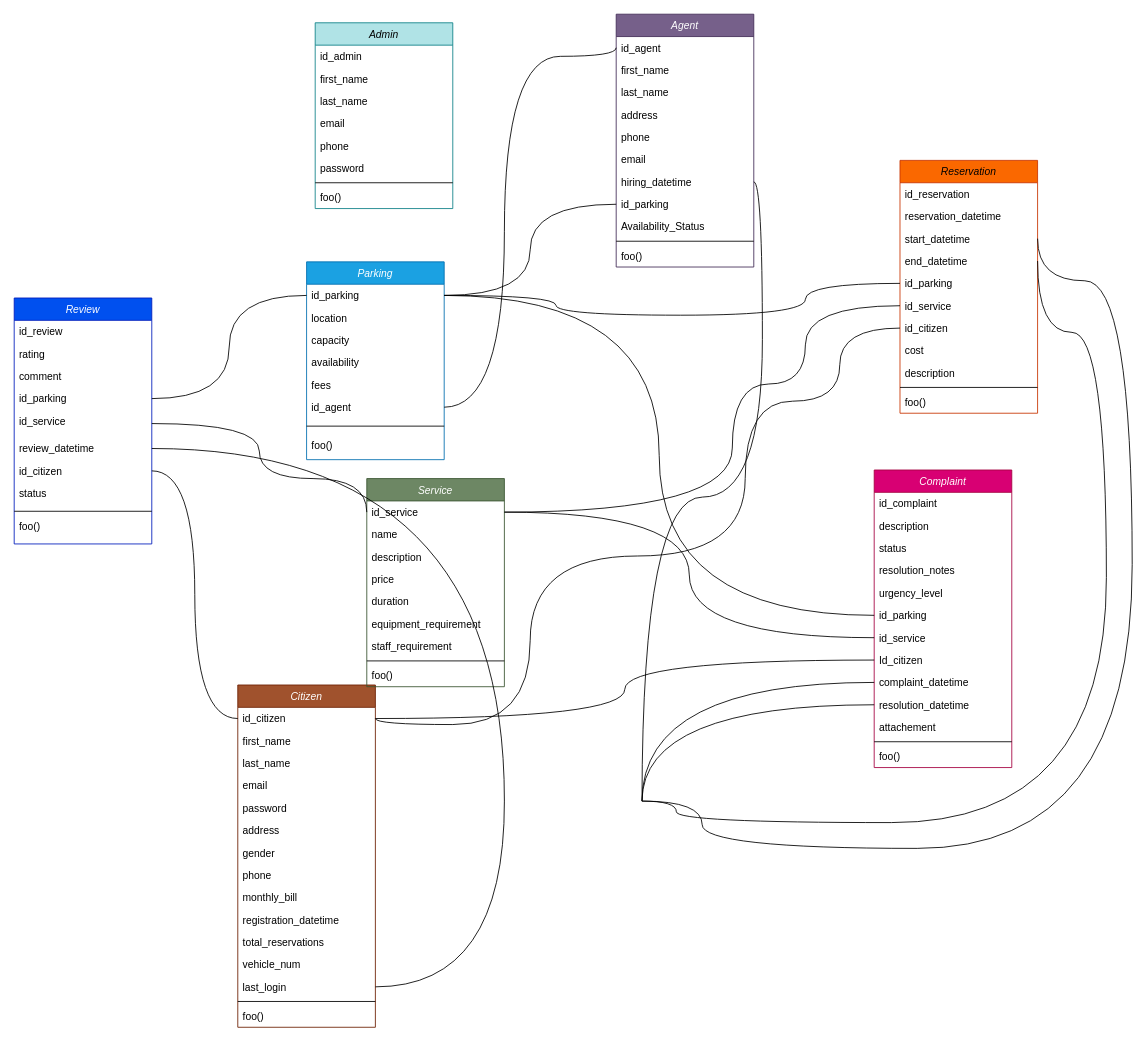
anomaly1095/parky keeps this draw.io diagram as docs/DB_diagram.drawio. Above is the earlier version. Source tidied: cells renumbered, new cells numbered last; positions are measured from the earlier drawing's top-left corner, leaving out a move shared by most shapes. Both pictures are drawn from the tidied source at 86%, with x=0, y=0 at pixel (14, 14).
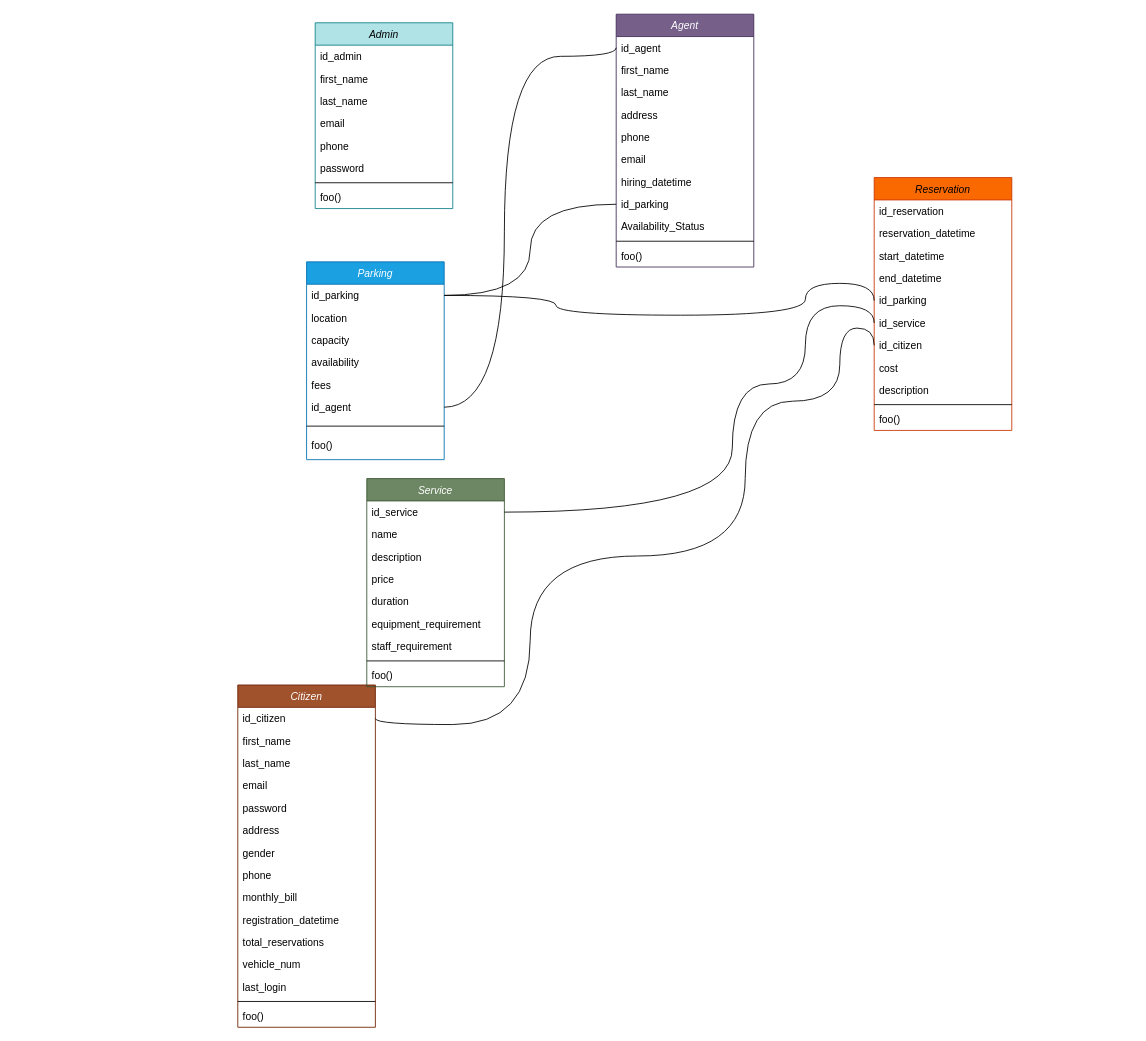
The same diagram, later.

The change refers to these unchanged cells:
```xml
<mxCell id="29" value="id_citizen" style="text;align=left;verticalAlign=top;spacingLeft=4;spacingRight=4;overflow=hidden;points=[[0,0.5],[1,0.5]];portConstraint=eastwest;" parent="28" vertex="1">
  <mxGeometry y="26" width="160" height="26" as="geometry" />
</mxCell>
<mxCell id="41" value="last_login" style="text;align=left;verticalAlign=top;spacingLeft=4;spacingRight=4;overflow=hidden;points=[[0,0.5],[1,0.5]];portConstraint=eastwest;rounded=0;shadow=0;html=0;" parent="28" vertex="1">
  <mxGeometry y="338" width="160" height="26" as="geometry" />
</mxCell>
<mxCell id="51" value="hiring_datetime" style="text;align=left;verticalAlign=top;spacingLeft=4;spacingRight=4;overflow=hidden;points=[[0,0.5],[1,0.5]];portConstraint=eastwest;" parent="44" vertex="1">
  <mxGeometry y="182" width="160" height="26" as="geometry" />
</mxCell>
<mxCell id="66" value="id_service" style="text;align=left;verticalAlign=top;spacingLeft=4;spacingRight=4;overflow=hidden;points=[[0,0.5],[1,0.5]];portConstraint=eastwest;" parent="65" vertex="1">
  <mxGeometry y="26" width="160" height="26" as="geometry" />
</mxCell>
<mxCell id="76" value="id_parking" style="text;align=left;verticalAlign=top;spacingLeft=4;spacingRight=4;overflow=hidden;points=[[0,0.5],[1,0.5]];portConstraint=eastwest;" parent="75" vertex="1">
  <mxGeometry y="26" width="160" height="26" as="geometry" />
</mxCell>
<mxCell id="87" value="start_datetime" style="text;align=left;verticalAlign=top;spacingLeft=4;spacingRight=4;overflow=hidden;points=[[0,0.5],[1,0.5]];portConstraint=eastwest;" parent="84" vertex="1">
  <mxGeometry y="78" width="160" height="26" as="geometry" />
</mxCell>
<mxCell id="88" value="end_datetime" style="text;align=left;verticalAlign=top;spacingLeft=4;spacingRight=4;overflow=hidden;points=[[0,0.5],[1,0.5]];portConstraint=eastwest;" parent="84" vertex="1">
  <mxGeometry y="104" width="160" height="26" as="geometry" />
</mxCell>
```

Diff of the diagram source:
```diff
@@
-    <mxCell id="2" value="Review" style="swimlane;fontStyle=2;align=center;verticalAlign=top;horizontal=1;startSize=26;rounded=0;shadow=0;strokeWidth=1;fillColor=#0050ef;strokeColor=#001DBC;fontColor=#ffffff;" parent="1" vertex="1">
-      <mxGeometry y="330" width="160" height="286" as="geometry" />
-    </mxCell>
-    <mxCell id="3" value="id_review" style="text;align=left;verticalAlign=top;spacingLeft=4;spacingRight=4;overflow=hidden;" parent="2" vertex="1">
-      <mxGeometry y="26" width="160" height="26" as="geometry" />
-    </mxCell>
-    <mxCell id="4" value="rating" style="text;align=left;verticalAlign=top;spacingLeft=4;spacingRight=4;overflow=hidden;rounded=0;shadow=0;html=0;" parent="2" vertex="1">
-      <mxGeometry y="52" width="160" height="26" as="geometry" />
-    </mxCell>
-    <mxCell id="5" value="comment" style="text;align=left;verticalAlign=top;spacingLeft=4;spacingRight=4;overflow=hidden;rounded=0;shadow=0;html=0;" parent="2" vertex="1">
-      <mxGeometry y="78" width="160" height="26" as="geometry" />
-    </mxCell>
-    <mxCell id="6" value="id_parking" style="text;align=left;verticalAlign=top;spacingLeft=4;spacingRight=4;overflow=hidden;points=[[0,0.5],[1,0.5]];portConstraint=eastwest;rounded=0;shadow=0;html=0;" parent="2" vertex="1">
-      <mxGeometry y="104" width="160" height="26" as="geometry" />
-    </mxCell>
-    <mxCell id="7" value="id_service" style="text;align=left;verticalAlign=top;spacingLeft=4;spacingRight=4;overflow=hidden;points=[[0,0.5],[1,0.5]];portConstraint=eastwest;rounded=0;shadow=0;html=0;" parent="2" vertex="1">
-      <mxGeometry y="130" width="160" height="32" as="geometry" />
-    </mxCell>
-    <mxCell id="8" value="review_datetime" style="text;align=left;verticalAlign=top;spacingLeft=4;spacingRight=4;overflow=hidden;points=[[0,0.5],[1,0.5]];portConstraint=eastwest;rounded=0;shadow=0;html=0;" parent="2" vertex="1">
-      <mxGeometry y="162" width="160" height="26" as="geometry" />
-    </mxCell>
-    <mxCell id="9" value="id_citizen" style="text;align=left;verticalAlign=top;spacingLeft=4;spacingRight=4;overflow=hidden;points=[[0,0.5],[1,0.5]];portConstraint=eastwest;rounded=0;shadow=0;html=0;" parent="2" vertex="1">
-      <mxGeometry y="188" width="160" height="26" as="geometry" />
-    </mxCell>
-    <mxCell id="10" value="status" style="text;align=left;verticalAlign=top;spacingLeft=4;spacingRight=4;overflow=hidden;rounded=0;shadow=0;html=0;" parent="2" vertex="1">
-      <mxGeometry y="214" width="160" height="30" as="geometry" />
-    </mxCell>
-    <mxCell id="11" style="line;html=1;strokeWidth=1;align=left;verticalAlign=middle;spacingTop=-1;spacingLeft=3;spacingRight=3;labelPosition=right;" parent="2" vertex="1">
-      <mxGeometry y="244" width="160" height="8" as="geometry" />
-    </mxCell>
-    <mxCell id="12" value="foo()" style="text;align=left;verticalAlign=top;spacingLeft=4;spacingRight=4;overflow=hidden;" parent="2" vertex="1">
-      <mxGeometry y="252" width="160" height="34" as="geometry" />
-    </mxCell>
-    <mxCell id="13" value="Complaint" style="swimlane;fontStyle=2;align=center;verticalAlign=top;horizontal=1;startSize=26;rounded=0;shadow=0;strokeWidth=1;fillColor=#d80073;strokeColor=#A50040;fontColor=#ffffff;" parent="1" vertex="1">
-      <mxGeometry x="1000" y="530" width="160" height="346" as="geometry" />
-    </mxCell>
-    <mxCell id="14" value="id_complaint" style="text;align=left;verticalAlign=top;spacingLeft=4;spacingRight=4;overflow=hidden;" parent="13" vertex="1">
-      <mxGeometry y="26" width="160" height="26" as="geometry" />
-    </mxCell>
-    <mxCell id="15" value="description" style="text;align=left;verticalAlign=top;spacingLeft=4;spacingRight=4;overflow=hidden;rounded=0;shadow=0;html=0;" parent="13" vertex="1">
-      <mxGeometry y="52" width="160" height="26" as="geometry" />
-    </mxCell>
-    <mxCell id="16" value="status" style="text;align=left;verticalAlign=top;spacingLeft=4;spacingRight=4;overflow=hidden;rounded=0;shadow=0;html=0;" parent="13" vertex="1">
-      <mxGeometry y="78" width="160" height="26" as="geometry" />
-    </mxCell>
-    <mxCell id="17" value="resolution_notes" style="text;align=left;verticalAlign=top;spacingLeft=4;spacingRight=4;overflow=hidden;rounded=0;shadow=0;html=0;" parent="13" vertex="1">
-      <mxGeometry y="104" width="160" height="26" as="geometry" />
-    </mxCell>
-    <mxCell id="18" value="urgency_level" style="text;align=left;verticalAlign=top;spacingLeft=4;spacingRight=4;overflow=hidden;rounded=0;shadow=0;html=0;" parent="13" vertex="1">
-      <mxGeometry y="130" width="160" height="26" as="geometry" />
-    </mxCell>
-    <mxCell id="19" value="id_parking" style="text;align=left;verticalAlign=top;spacingLeft=4;spacingRight=4;overflow=hidden;points=[[0,0.5],[1,0.5]];portConstraint=eastwest;rounded=0;shadow=0;html=0;" parent="13" vertex="1">
-      <mxGeometry y="156" width="160" height="26" as="geometry" />
-    </mxCell>
-    <mxCell id="20" value="id_service" style="text;align=left;verticalAlign=top;spacingLeft=4;spacingRight=4;overflow=hidden;points=[[0,0.5],[1,0.5]];portConstraint=eastwest;rounded=0;shadow=0;html=0;" parent="13" vertex="1">
-      <mxGeometry y="182" width="160" height="26" as="geometry" />
-    </mxCell>
-    <mxCell id="21" value="Id_citizen" style="text;align=left;verticalAlign=top;spacingLeft=4;spacingRight=4;overflow=hidden;points=[[0,0.5],[1,0.5]];portConstraint=eastwest;rounded=0;shadow=0;html=0;" parent="13" vertex="1">
-      <mxGeometry y="208" width="160" height="26" as="geometry" />
-    </mxCell>
-    <mxCell id="22" value="complaint_datetime" style="text;align=left;verticalAlign=top;spacingLeft=4;spacingRight=4;overflow=hidden;points=[[0,0.5],[1,0.5]];portConstraint=eastwest;rounded=0;shadow=0;html=0;" parent="13" vertex="1">
-      <mxGeometry y="234" width="160" height="26" as="geometry" />
-    </mxCell>
-    <mxCell id="23" value="resolution_datetime" style="text;align=left;verticalAlign=top;spacingLeft=4;spacingRight=4;overflow=hidden;points=[[0,0.5],[1,0.5]];portConstraint=eastwest;rounded=0;shadow=0;html=0;" parent="13" vertex="1">
-      <mxGeometry y="260" width="160" height="26" as="geometry" />
-    </mxCell>
-    <mxCell id="24" value="attachement" style="text;align=left;verticalAlign=top;spacingLeft=4;spacingRight=4;overflow=hidden;rounded=0;shadow=0;html=0;" parent="13" vertex="1">
-      <mxGeometry y="286" width="160" height="26" as="geometry" />
-    </mxCell>
-    <mxCell id="25" style="line;html=1;strokeWidth=1;align=left;verticalAlign=middle;spacingTop=-1;spacingLeft=3;spacingRight=3;labelPosition=right;" parent="13" vertex="1">
-      <mxGeometry y="312" width="160" height="8" as="geometry" />
-    </mxCell>
-    <mxCell id="26" value="foo()" style="text;align=left;verticalAlign=top;spacingLeft=4;spacingRight=4;overflow=hidden;" parent="13" vertex="1">
-      <mxGeometry y="320" width="160" height="26" as="geometry" />
-    </mxCell>
@@
     <mxCell id="84" value="Reservation" style="swimlane;fontStyle=2;align=center;verticalAlign=top;horizontal=1;startSize=26;rounded=0;shadow=0;strokeWidth=1;fillColor=#fa6800;strokeColor=#C73500;fontColor=#000000;" parent="1" vertex="1">
-      <mxGeometry x="1030" y="170" width="160" height="294" as="geometry" />
+      <mxGeometry x="1000" y="190" width="160" height="294" as="geometry" />
     </mxCell>
@@
-    <mxCell id="96" style="endArrow=none;html=1;rounded=0;exitX=1;exitY=0.5;exitDx=0;exitDy=0;entryX=0;entryY=0.5;entryDx=0;entryDy=0;edgeStyle=orthogonalEdgeStyle;curved=1;" parent="1" edge="1" source="7" target="66">
-      <mxGeometry relative="1" as="geometry">
-        <Array as="points">
-          <mxPoint x="285" y="476" />
-          <mxPoint x="285" y="540" />
-          <mxPoint x="410" y="540" />
-        </Array>
-      </mxGeometry>
-    </mxCell>
-    <mxCell id="97" style="endArrow=none;html=1;rounded=0;exitX=1;exitY=0.5;exitDx=0;exitDy=0;entryX=0;entryY=0.5;entryDx=0;entryDy=0;edgeStyle=orthogonalEdgeStyle;curved=1;" parent="1" edge="1" source="41">
-      <mxGeometry relative="1" as="geometry">
-        <mxPoint x="570" y="915" as="targetPoint" />
-      </mxGeometry>
-    </mxCell>
-    <mxCell id="98" style="endArrow=none;html=1;rounded=0;exitX=0;exitY=0.5;exitDx=0;exitDy=0;entryX=1;entryY=0.5;entryDx=0;entryDy=0;edgeStyle=orthogonalEdgeStyle;curved=1;" parent="1" edge="1" source="22">
-      <mxGeometry relative="1" as="geometry">
-        <mxPoint x="730" y="915" as="targetPoint" />
-      </mxGeometry>
-    </mxCell>
-    <mxCell id="99" style="endArrow=none;html=1;rounded=0;exitX=0;exitY=0.5;exitDx=0;exitDy=0;entryX=1;entryY=0.5;entryDx=0;entryDy=0;edgeStyle=orthogonalEdgeStyle;curved=1;" parent="1" edge="1" source="23">
-      <mxGeometry relative="1" as="geometry">
-        <mxPoint x="730" y="915" as="targetPoint" />
-      </mxGeometry>
-    </mxCell>
-    <mxCell id="100" style="endArrow=none;html=1;rounded=0;exitX=1;exitY=0.5;exitDx=0;exitDy=0;entryX=0;entryY=0.5;entryDx=0;entryDy=0;edgeStyle=orthogonalEdgeStyle;curved=1;" parent="1" edge="1" source="29" target="21">
-      <mxGeometry relative="1" as="geometry" />
-    </mxCell>
-    <mxCell id="101" style="endArrow=none;html=1;rounded=0;exitX=1;exitY=0.5;exitDx=0;exitDy=0;entryX=0;entryY=0.5;entryDx=0;entryDy=0;edgeStyle=orthogonalEdgeStyle;curved=1;" parent="1" edge="1" source="66" target="20">
-      <mxGeometry relative="1" as="geometry" />
-    </mxCell>
-    <mxCell id="102" style="endArrow=none;html=1;rounded=0;exitX=1;exitY=0.5;exitDx=0;exitDy=0;entryX=0;entryY=0.5;entryDx=0;entryDy=0;edgeStyle=orthogonalEdgeStyle;curved=1;" parent="1" edge="1" source="76" target="19">
-      <mxGeometry relative="1" as="geometry" />
-    </mxCell>
-    <mxCell id="103" style="endArrow=none;html=1;rounded=0;exitX=1;exitY=0.5;exitDx=0;exitDy=0;entryX=0;entryY=0.5;entryDx=0;entryDy=0;edgeStyle=orthogonalEdgeStyle;curved=1;" parent="1" edge="1" source="8">
-      <mxGeometry relative="1" as="geometry">
-        <mxPoint x="570" y="915" as="targetPoint" />
-      </mxGeometry>
-    </mxCell>
-    <mxCell id="104" style="endArrow=none;html=1;rounded=0;exitX=1;exitY=0.5;exitDx=0;exitDy=0;edgeStyle=orthogonalEdgeStyle;curved=1;" parent="1" edge="1" source="6" target="76">
-      <mxGeometry relative="1" as="geometry" />
-    </mxCell>
-    <mxCell id="105" style="endArrow=none;html=1;rounded=0;exitX=1;exitY=0.5;exitDx=0;exitDy=0;entryX=0;entryY=0.5;entryDx=0;entryDy=0;edgeStyle=orthogonalEdgeStyle;curved=1;" parent="1" edge="1" source="9" target="29">
-      <mxGeometry relative="1" as="geometry" />
-    </mxCell>
@@
-    <mxCell id="109" style="endArrow=none;html=1;rounded=0;exitX=1;exitY=0.5;exitDx=0;exitDy=0;edgeStyle=orthogonalEdgeStyle;curved=1;entryX=1;entryY=0.5;entryDx=0;entryDy=0;" parent="1" edge="1" source="87">
-      <mxGeometry relative="1" as="geometry">
-        <mxPoint x="730" y="915" as="targetPoint" />
-        <Array as="points">
-          <mxPoint x="1190" y="310" />
-          <mxPoint x="1300" y="310" />
-          <mxPoint x="1300" y="970" />
-          <mxPoint x="800" y="970" />
-          <mxPoint x="800" y="915" />
-        </Array>
-      </mxGeometry>
-    </mxCell>
@@
-    <mxCell id="111" style="endArrow=none;html=1;rounded=0;exitX=1;exitY=0.5;exitDx=0;exitDy=0;edgeStyle=orthogonalEdgeStyle;curved=1;entryX=1;entryY=0.5;entryDx=0;entryDy=0;" parent="1" edge="1" source="88">
-      <mxGeometry relative="1" as="geometry">
-        <mxPoint x="730" y="915" as="targetPoint" />
-        <Array as="points">
-          <mxPoint x="1190" y="370" />
-          <mxPoint x="1270" y="370" />
-          <mxPoint x="1270" y="940" />
-          <mxPoint x="770" y="940" />
-          <mxPoint x="770" y="915" />
-        </Array>
-      </mxGeometry>
-    </mxCell>
@@
-    <mxCell id="113" style="endArrow=none;html=1;rounded=0;exitX=1;exitY=0.5;exitDx=0;exitDy=0;entryX=1;entryY=0.5;entryDx=0;entryDy=0;edgeStyle=orthogonalEdgeStyle;curved=1;" parent="1" edge="1" target="51">
-      <mxGeometry relative="1" as="geometry">
-        <mxPoint x="730" y="915" as="sourcePoint" />
-      </mxGeometry>
-    </mxCell>
```
